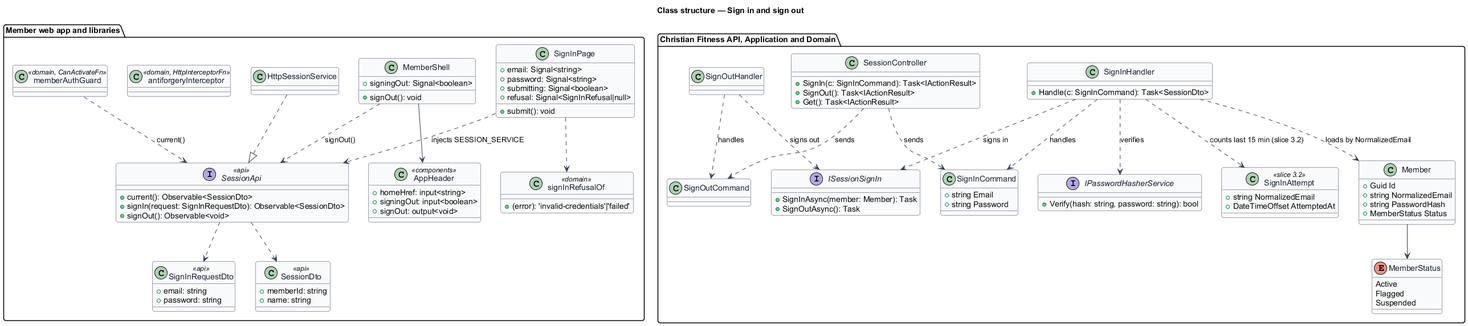
Above: docs/detailed-designs/member-access/sign-in-and-out/diagrams/class-structure.png in QuinntyneBrown/christian-fitness (PlantUML), before the change.
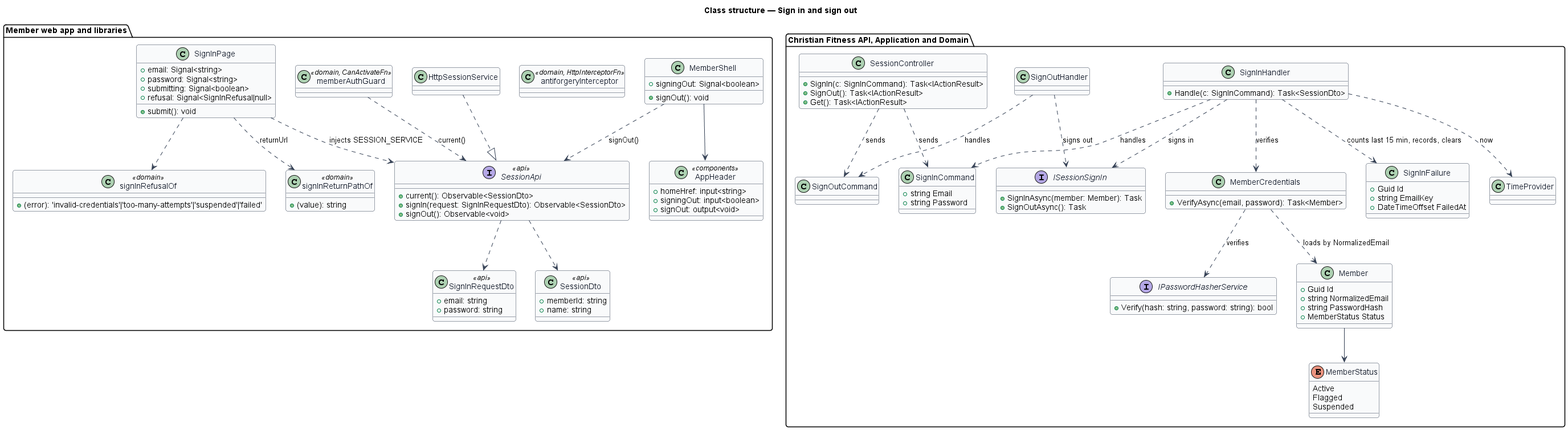
The same file after the commit.

What changed in the source:
```diff
@@ -30,7 +30,10 @@
   class memberAuthGuard <<domain, CanActivateFn>>
   class antiforgeryInterceptor <<domain, HttpInterceptorFn>>
   class signInRefusalOf <<domain>> {
-    +(error): 'invalid-credentials'|'failed'
+    +(error): 'invalid-credentials'|'too-many-attempts'|'suspended'|'failed'
+  }
+  class signInReturnPathOf <<domain>> {
+    +(value): string
   }
   interface SessionApi <<api>> {
     +current(): Observable<SessionDto>
@@ -60,6 +63,9 @@
   class SignInHandler {
     +Handle(c: SignInCommand): Task<SessionDto>
   }
+  class MemberCredentials {
+    +VerifyAsync(email, password): Task<Member>
+  }
   class SignOutCommand
   class SignOutHandler
   interface ISessionSignIn {
@@ -69,10 +75,12 @@
   interface IPasswordHasherService {
     +Verify(hash: string, password: string): bool
   }
-  class SignInAttempt <<slice 3.2>> {
-    +string NormalizedEmail
-    +DateTimeOffset AttemptedAt
+  class SignInFailure {
+    +Guid Id
+    +string EmailKey
+    +DateTimeOffset FailedAt
   }
+  class TimeProvider
   class Member {
     +Guid Id
     +string NormalizedEmail
@@ -88,6 +96,7 @@
 HttpSessionService ..|> SessionApi
 SignInPage ..> SessionApi : injects SESSION_SERVICE
 SignInPage ..> signInRefusalOf
+SignInPage ..> signInReturnPathOf : returnUrl
 MemberShell --> AppHeader
 MemberShell ..> SessionApi : signOut()
 memberAuthGuard ..> SessionApi : current()
@@ -97,10 +106,12 @@
 SessionController ..> SignOutCommand : sends
 SignInHandler ..> SignInCommand : handles
 SignOutHandler ..> SignOutCommand : handles
-SignInHandler ..> IPasswordHasherService : verifies
+SignInHandler ..> MemberCredentials : verifies
+MemberCredentials ..> IPasswordHasherService : verifies
 SignInHandler ..> ISessionSignIn : signs in
 SignOutHandler ..> ISessionSignIn : signs out
-SignInHandler ..> Member : loads by NormalizedEmail
-SignInHandler ..> SignInAttempt : counts last 15 min (slice 3.2)
+MemberCredentials ..> Member : loads by NormalizedEmail
+SignInHandler ..> SignInFailure : counts last 15 min, records, clears
+SignInHandler ..> TimeProvider : now
 Member --> MemberStatus
 @enduml
```
